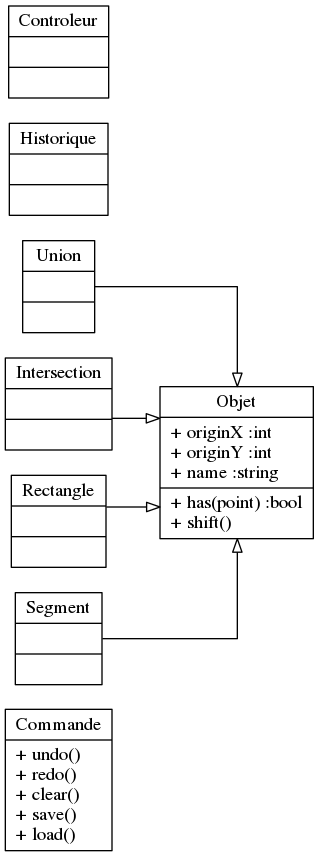
Above: diag_de_classe.png in BuonOmo/tp-heritage (Graphviz), before the change. Its source is kept beside it as diag_de_classe.dot.
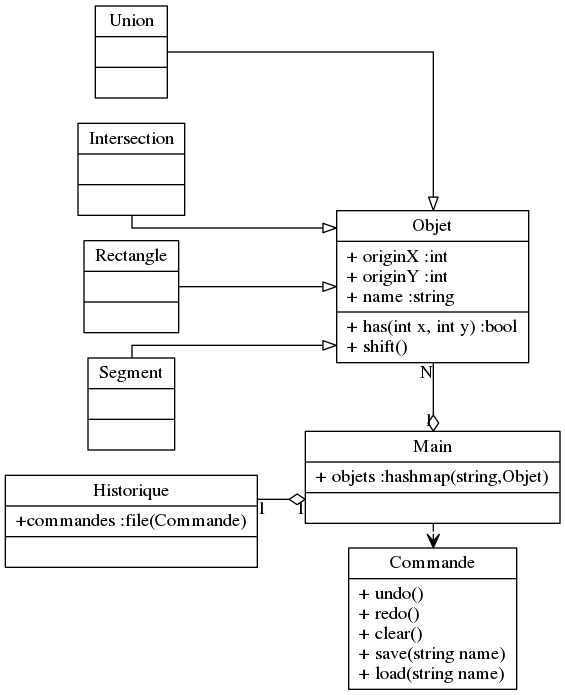
The same diagram one commit later.

Commit message:
ajout de todo et avancée dans le diag de classe

What changed in the source:
```diff
@@ -2,17 +2,25 @@
     rankdir=LR;
     splines=ortho;
     /* Entities */
-    Commande  [label="Commande|+ undo()\l+ redo()\l+ clear()\l+ save()\l+ load()\l", shape="record"]
-    Objet [label="Objet|+ originX :int\l+ originY :int\l+ name :string\l|+ has(point) :bool\l+ shift()\l", shape="record"]
-    Union [label="Union||", shape="record"]
-    Intersection [label="Intersection||", shape="record"]
-    Rectangle [label="Rectangle||", shape="record"]
-    Segment [label="Segment||", shape="record"]
-    Historique [label="Historique||", shape="record"]
-    Controleur [label="Controleur||", shape="record"]
+    subgraph cluster_obj
+    {
+        Objet [label="Objet|+ originX :int\l+ originY :int\l+ name :string\l|+ has(int x, int y) :bool\l+ shift()\l", shape="record"]
+        Union [label="Union||", shape="record"]
+        Intersection [label="Intersection||", shape="record"]
+        Rectangle [label="Rectangle||", shape="record"]
+        Segment [label="Segment||", shape="record"]
+        Commande  [label="Commande|+ undo()\l+ redo()\l+ clear()\l+ save(string name)\l+ load(string name)\l", shape="record"]
+    }
+    Historique [label="Historique|+commandes :file(Commande)|", shape="record"]
+    Main [label="Main|+ objets :hashmap(string,Objet)|", shape="record"]
     /* Relationships */
+    rank = same {Main, Commande, Objet}
+    rank = same {Union, Intersection, Rectangle, Segment}
     Union -> Objet [arrowhead=empty]
     Intersection -> Objet [arrowhead=empty]
     Rectangle -> Objet [arrowhead=empty]
     Segment -> Objet [arrowhead=empty]
+    Objet -> Main [arrowhead=ediamond, taillabel=N, headlabel=1]
+    Historique -> Main [arrowhead=ediamond, taillabel=1, headlabel=1]
+    Main -> Commande [arrowhead=vee, style=dashed]
 }
```
